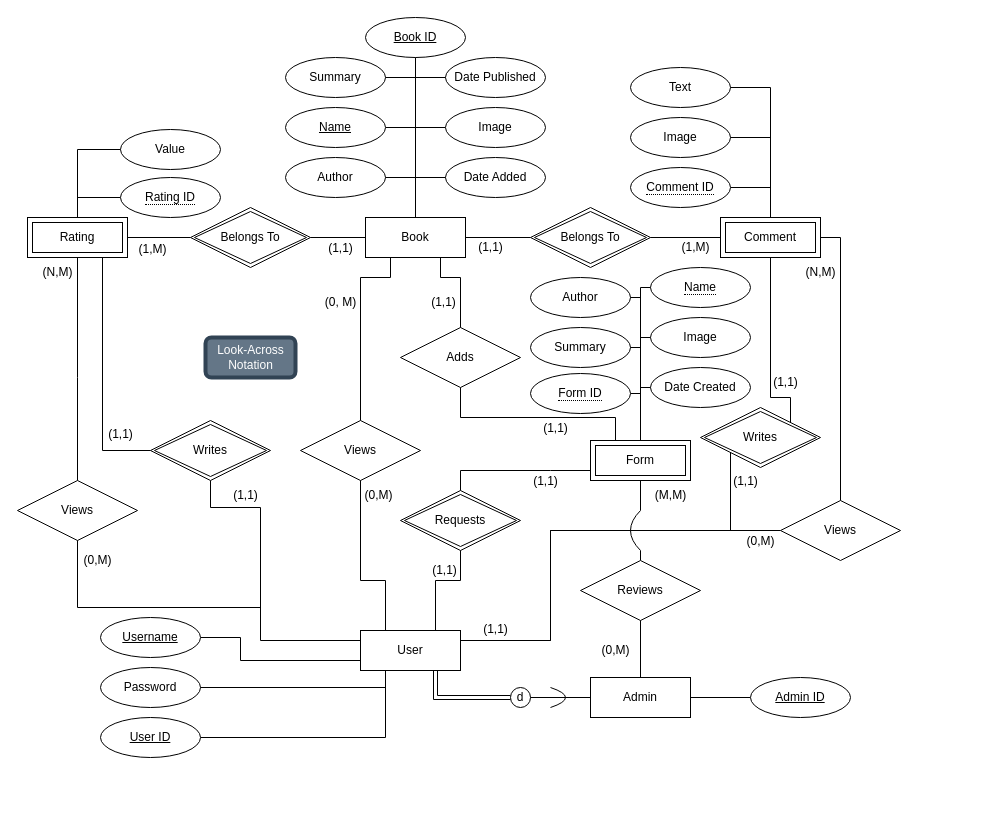
Earlier version of the draw.io diagram BDB Diagram.drawio (theinsurgentarchive/BDB). Source tidied: cells renumbered, new cells numbered last; positions are measured from the earlier drawing's top-left corner, leaving out a move shared by most shapes. Both pictures are drawn from the tidied source at 100%, with x=0, y=0 at pixel (17, 17).
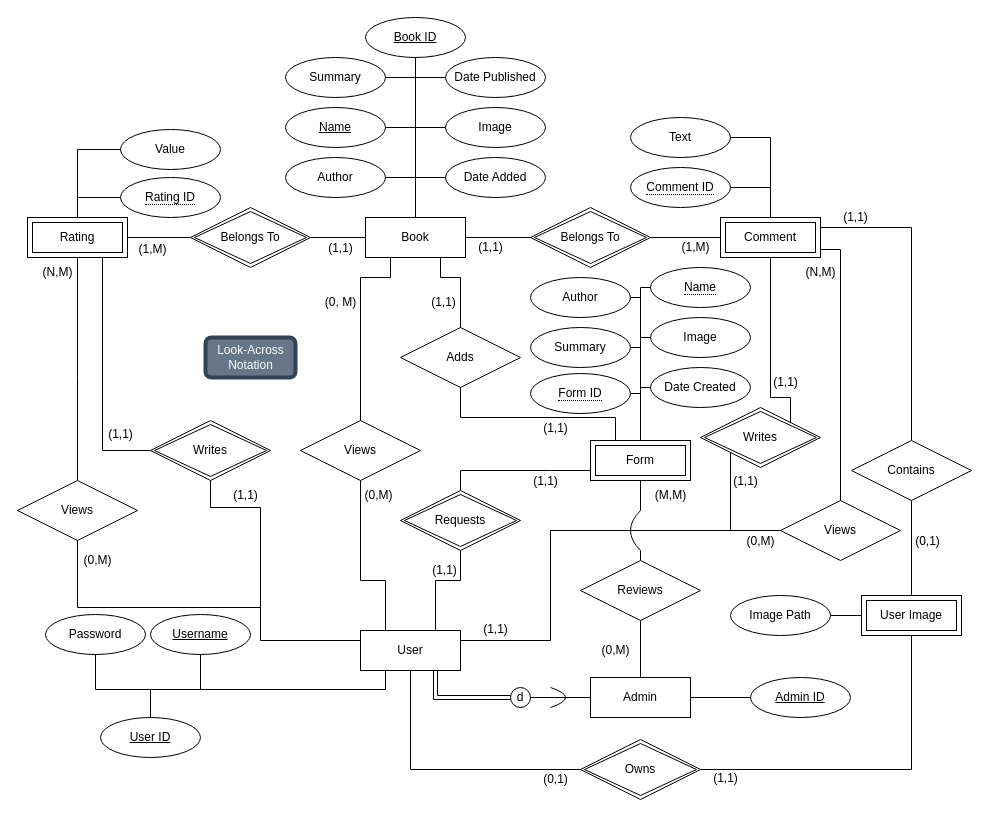
Above is the later version.

Commit message:
Added User Images Table to Connect user to comments in BDB Diagram.drawio

The change refers to these unchanged cells:
```xml
<mxCell id="12" value="&lt;div&gt;Comment&lt;/div&gt;" style="shape=ext;margin=3;double=1;whiteSpace=wrap;html=1;align=center;" parent="1" vertex="1">
  <mxGeometry x="703" y="200" width="100" height="40" as="geometry" />
</mxCell>
<mxCell id="25" value="Views" style="shape=rhombus;perimeter=rhombusPerimeter;whiteSpace=wrap;html=1;align=center;" parent="1" vertex="1">
  <mxGeometry x="763" y="483" width="120" height="60" as="geometry" />
</mxCell>
<mxCell id="41" value="User" style="whiteSpace=wrap;html=1;align=center;" parent="1" vertex="1">
  <mxGeometry x="343" y="613" width="100" height="40" as="geometry" />
</mxCell>
<mxCell id="105" value="&lt;div&gt;User ID&lt;/div&gt;" style="ellipse;whiteSpace=wrap;html=1;align=center;fontStyle=4;" parent="1" vertex="1">
  <mxGeometry x="83" y="700" width="100" height="40" as="geometry" />
</mxCell>
```

What changed in the source:
```diff
@@
-    <mxCell id="29" style="endArrow=none;html=1;rounded=0;exitX=1;exitY=0.5;exitDx=0;exitDy=0;entryX=0.5;entryY=0;entryDx=0;entryDy=0;" parent="1" edge="1" source="12" target="25">
+    <mxCell id="29" style="endArrow=none;html=1;rounded=0;entryX=0.5;entryY=0;entryDx=0;entryDy=0;" parent="1" edge="1" target="25">
       <mxGeometry relative="1" as="geometry">
+        <mxPoint x="803" y="232" as="sourcePoint" />
         <Array as="points">
-          <mxPoint x="823" y="220" />
+          <mxPoint x="823" y="232" />
         </Array>
       </mxGeometry>
     </mxCell>
@@
     <mxCell id="57" value="Password" style="ellipse;whiteSpace=wrap;html=1;align=center;" parent="1" vertex="1">
-      <mxGeometry x="83" y="650" width="100" height="40" as="geometry" />
+      <mxGeometry x="28" y="597" width="100" height="40" as="geometry" />
     </mxCell>
-    <mxCell id="58" style="endArrow=none;html=1;rounded=0;exitX=1;exitY=0.5;exitDx=0;exitDy=0;entryX=0;entryY=0.75;entryDx=0;entryDy=0;" parent="1" edge="1" source="59" target="41">
+    <mxCell id="58" style="endArrow=none;html=1;rounded=0;exitX=0.5;exitY=1;exitDx=0;exitDy=0;entryX=0.25;entryY=1;entryDx=0;entryDy=0;" parent="1" edge="1" source="59" target="41">
       <mxGeometry relative="1" as="geometry">
         <Array as="points">
-          <mxPoint x="223" y="620" />
-          <mxPoint x="223" y="643" />
+          <mxPoint x="183" y="672" />
+          <mxPoint x="368" y="672" />
         </Array>
       </mxGeometry>
     </mxCell>
     <mxCell id="59" value="&lt;div&gt;Username&lt;/div&gt;" style="ellipse;whiteSpace=wrap;html=1;align=center;fontStyle=4;" parent="1" vertex="1">
-      <mxGeometry x="83" y="600" width="100" height="40" as="geometry" />
+      <mxGeometry x="133" y="597" width="100" height="40" as="geometry" />
     </mxCell>
-    <mxCell id="60" style="endArrow=none;html=1;rounded=0;entryX=1;entryY=0.5;entryDx=0;entryDy=0;exitX=0.25;exitY=1;exitDx=0;exitDy=0;" parent="1" edge="1" source="41" target="57">
+    <mxCell id="60" style="endArrow=none;html=1;rounded=0;exitX=0.25;exitY=1;exitDx=0;exitDy=0;entryX=0.5;entryY=0;entryDx=0;entryDy=0;" parent="1" edge="1" source="41" target="105">
       <mxGeometry relative="1" as="geometry">
         <Array as="points">
-          <mxPoint x="368" y="670" />
+          <mxPoint x="368" y="672" />
+          <mxPoint x="133" y="672" />
         </Array>
       </mxGeometry>
     </mxCell>
@@
-    <mxCell id="96" style="endArrow=none;html=1;rounded=0;entryX=1;entryY=0.5;entryDx=0;entryDy=0;exitX=0.25;exitY=1;exitDx=0;exitDy=0;" parent="1" edge="1" source="41" target="105">
-      <mxGeometry relative="1" as="geometry">
-        <Array as="points">
-          <mxPoint x="368" y="720" />
-        </Array>
-      </mxGeometry>
-    </mxCell>
@@
-    <mxCell id="100" value="&lt;div&gt;Image&lt;/div&gt;" style="ellipse;whiteSpace=wrap;html=1;align=center;" parent="1" vertex="1">
-      <mxGeometry x="613" y="100" width="100" height="40" as="geometry" />
-    </mxCell>
     <mxCell id="101" value="&lt;div&gt;Text&lt;/div&gt;" style="ellipse;whiteSpace=wrap;html=1;align=center;" parent="1" vertex="1">
-      <mxGeometry x="613" y="50" width="100" height="40" as="geometry" />
+      <mxGeometry x="613" y="100" width="100" height="40" as="geometry" />
     </mxCell>
-    <mxCell id="102" style="endArrow=none;html=1;rounded=0;exitX=0.5;exitY=0;exitDx=0;exitDy=0;entryX=1;entryY=0.5;entryDx=0;entryDy=0;" parent="1" edge="1" source="12" target="100">
-      <mxGeometry relative="1" as="geometry">
-        <Array as="points">
-          <mxPoint x="753" y="120" />
-        </Array>
-      </mxGeometry>
-    </mxCell>
     <mxCell id="103" style="endArrow=none;html=1;rounded=0;entryX=1;entryY=0.5;entryDx=0;entryDy=0;exitX=0.5;exitY=0;exitDx=0;exitDy=0;" parent="1" edge="1" source="12" target="101">
       <mxGeometry relative="1" as="geometry">
         <Array as="points">
-          <mxPoint x="753" y="70" />
+          <mxPoint x="753" y="120" />
         </Array>
       </mxGeometry>
     </mxCell>
@@
+    <mxCell id="110" style="endArrow=none;html=1;rounded=0;exitX=0.25;exitY=1;exitDx=0;exitDy=0;entryX=0.5;entryY=1;entryDx=0;entryDy=0;" parent="1" edge="1" source="41" target="57">
+      <mxGeometry relative="1" as="geometry">
+        <Array as="points">
+          <mxPoint x="368" y="672" />
+          <mxPoint x="134" y="672" />
+          <mxPoint x="78" y="672" />
+        </Array>
+      </mxGeometry>
+    </mxCell>
+    <mxCell id="111" value="User Image" style="shape=ext;margin=3;double=1;whiteSpace=wrap;html=1;align=center;" parent="1" vertex="1">
+      <mxGeometry x="844" y="578" width="100" height="40" as="geometry" />
+    </mxCell>
+    <mxCell id="112" value="Image Path" style="ellipse;whiteSpace=wrap;html=1;align=center;" parent="1" vertex="1">
+      <mxGeometry x="713" y="578" width="100" height="40" as="geometry" />
+    </mxCell>
+    <mxCell id="113" style="endArrow=none;html=1;rounded=0;entryX=1;entryY=0.5;entryDx=0;entryDy=0;exitX=0;exitY=0.5;exitDx=0;exitDy=0;" parent="1" edge="1" source="111" target="112">
+      <mxGeometry relative="1" as="geometry" />
+    </mxCell>
+    <mxCell id="114" style="endArrow=none;html=1;rounded=0;entryX=0.5;entryY=1;entryDx=0;entryDy=0;exitX=1;exitY=0.5;exitDx=0;exitDy=0;" parent="1" edge="1" source="115" target="111">
+      <mxGeometry relative="1" as="geometry">
+        <Array as="points">
+          <mxPoint x="894" y="752" />
+        </Array>
+      </mxGeometry>
+    </mxCell>
+    <mxCell id="115" value="Owns" style="shape=rhombus;double=1;perimeter=rhombusPerimeter;whiteSpace=wrap;html=1;align=center;" parent="1" vertex="1">
+      <mxGeometry x="563" y="722" width="120" height="60" as="geometry" />
+    </mxCell>
+    <mxCell id="116" value="Contains" style="shape=rhombus;perimeter=rhombusPerimeter;whiteSpace=wrap;html=1;align=center;" parent="1" vertex="1">
+      <mxGeometry x="834" y="423" width="120" height="60" as="geometry" />
+    </mxCell>
+    <mxCell id="117" style="endArrow=none;html=1;rounded=0;exitX=0.5;exitY=0;exitDx=0;exitDy=0;entryX=0.5;entryY=1;entryDx=0;entryDy=0;" parent="1" edge="1" source="111" target="116">
+      <mxGeometry relative="1" as="geometry" />
+    </mxCell>
+    <mxCell id="118" style="endArrow=none;html=1;rounded=0;entryX=0;entryY=0.5;entryDx=0;entryDy=0;exitX=0.5;exitY=1;exitDx=0;exitDy=0;" parent="1" edge="1" source="41" target="115">
+      <mxGeometry relative="1" as="geometry">
+        <Array as="points">
+          <mxPoint x="393" y="752" />
+        </Array>
+      </mxGeometry>
+    </mxCell>
+    <mxCell id="119" style="endArrow=none;html=1;rounded=0;entryX=0.5;entryY=0;entryDx=0;entryDy=0;exitX=1;exitY=0.25;exitDx=0;exitDy=0;" parent="1" edge="1" source="12" target="116">
+      <mxGeometry relative="1" as="geometry">
+        <Array as="points">
+          <mxPoint x="894" y="210" />
+        </Array>
+      </mxGeometry>
+    </mxCell>
+    <mxCell id="120" value="(0,1)" style="text;html=1;align=center;verticalAlign=middle;strokeColor=none;fillColor=none;" parent="1" vertex="1">
+      <mxGeometry x="513" y="747" width="50" height="30" as="geometry" />
+    </mxCell>
+    <mxCell id="121" value="(0,1)" style="text;html=1;align=center;verticalAlign=middle;strokeColor=none;fillColor=none;" parent="1" vertex="1">
+      <mxGeometry x="885" y="509" width="50" height="30" as="geometry" />
+    </mxCell>
+    <mxCell id="122" value="(1,1)" style="text;html=1;align=center;verticalAlign=middle;strokeColor=none;fillColor=none;" parent="1" vertex="1">
+      <mxGeometry x="683" y="746" width="50" height="30" as="geometry" />
+    </mxCell>
+    <mxCell id="123" value="(1,1)" style="text;html=1;align=center;verticalAlign=middle;strokeColor=none;fillColor=none;" parent="1" vertex="1">
+      <mxGeometry x="813" y="185" width="50" height="30" as="geometry" />
+    </mxCell>
```
